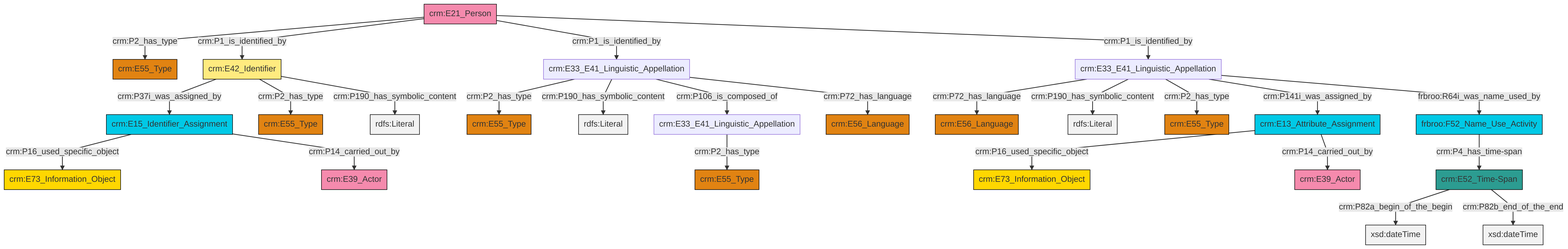
This is et/personCSV/ttl/mmd/png/Person_Names_and_Classification.png from swiss-art-research-net/docs.swissartresearch, a Mermaid export, as it was before one commit. Its source is kept beside it as et/personCSV/ttl/mmd/Person_Names_and_Classification.ttl.mmd.
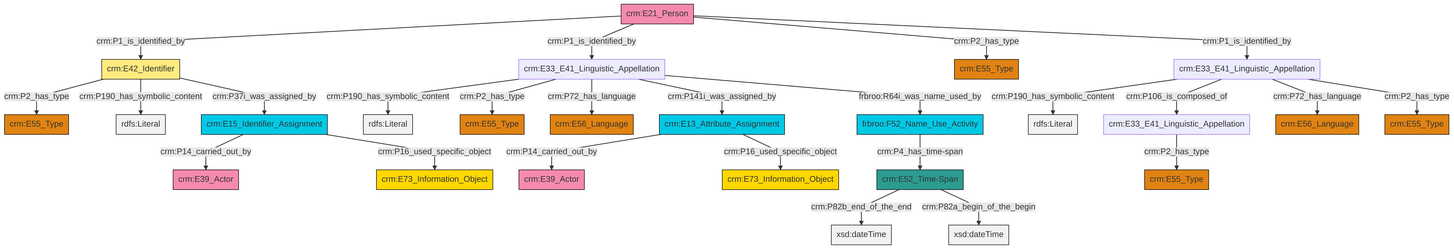
The same diagram one commit later.

What changed in the source:
```diff
@@ -13,27 +13,27 @@
 classDef PC_Classes fill:#4ce600, stroke:#000000;
 classDef Multi fill:#cccccc,stroke:#000000;
 
-2["crm:E33_E41_Linguistic_Appellation"]:::Default -->|crm:P2_has_type| 3["crm:E55_Type"]:::Type
-5["crm:E15_Identifier_Assignment"]:::Temporal_Entity -->|crm:P16_used_specific_object| 6["crm:E73_Information_Object"]:::Conceptual_Object
-7["crm:E42_Identifier"]:::Appellation -->|crm:P37i_was_assigned_by| 5["crm:E15_Identifier_Assignment"]:::Temporal_Entity
-12["frbroo:F52_Name_Use_Activity"]:::Temporal_Entity -->|crm:P4_has_time-span| 13["crm:E52_Time-Span"]:::Time-Span
-14["crm:E21_Person"]:::Actor -->|crm:P2_has_type| 15["crm:E55_Type"]:::Type
-2["crm:E33_E41_Linguistic_Appellation"]:::Default -->|crm:P190_has_symbolic_content| 16[rdfs:Literal]:::Literal
-2["crm:E33_E41_Linguistic_Appellation"]:::Default -->|crm:P106_is_composed_of| 0["crm:E33_E41_Linguistic_Appellation"]:::Default
-13["crm:E52_Time-Span"]:::Time-Span -->|crm:P82a_begin_of_the_begin| 21[xsd:dateTime]:::Literal
-22["crm:E13_Attribute_Assignment"]:::Temporal_Entity -->|crm:P16_used_specific_object| 23["crm:E73_Information_Object"]:::Conceptual_Object
-14["crm:E21_Person"]:::Actor -->|crm:P1_is_identified_by| 7["crm:E42_Identifier"]:::Appellation
-10["crm:E33_E41_Linguistic_Appellation"]:::Default -->|crm:P72_has_language| 24["crm:E56_Language"]:::Type
-7["crm:E42_Identifier"]:::Appellation -->|crm:P2_has_type| 8["crm:E55_Type"]:::Type
-0["crm:E33_E41_Linguistic_Appellation"]:::Default -->|crm:P2_has_type| 25["crm:E55_Type"]:::Type
-10["crm:E33_E41_Linguistic_Appellation"]:::Default -->|crm:P190_has_symbolic_content| 28[rdfs:Literal]:::Literal
-10["crm:E33_E41_Linguistic_Appellation"]:::Default -->|crm:P2_has_type| 31["crm:E55_Type"]:::Type
-14["crm:E21_Person"]:::Actor -->|crm:P1_is_identified_by| 2["crm:E33_E41_Linguistic_Appellation"]:::Default
-10["crm:E33_E41_Linguistic_Appellation"]:::Default -->|crm:P141i_was_assigned_by| 22["crm:E13_Attribute_Assignment"]:::Temporal_Entity
-2["crm:E33_E41_Linguistic_Appellation"]:::Default -->|crm:P72_has_language| 17["crm:E56_Language"]:::Type
-5["crm:E15_Identifier_Assignment"]:::Temporal_Entity -->|crm:P14_carried_out_by| 26["crm:E39_Actor"]:::Actor
-14["crm:E21_Person"]:::Actor -->|crm:P1_is_identified_by| 10["crm:E33_E41_Linguistic_Appellation"]:::Default
-10["crm:E33_E41_Linguistic_Appellation"]:::Default -->|frbroo:R64i_was_name_used_by| 12["frbroo:F52_Name_Use_Activity"]:::Temporal_Entity
-13["crm:E52_Time-Span"]:::Time-Span -->|crm:P82b_end_of_the_end| 38[xsd:dateTime]:::Literal
-7["crm:E42_Identifier"]:::Appellation -->|crm:P190_has_symbolic_content| 41[rdfs:Literal]:::Literal
-22["crm:E13_Attribute_Assignment"]:::Temporal_Entity -->|crm:P14_carried_out_by| 33["crm:E39_Actor"]:::Actor
+0["crm:E21_Person"]:::Actor -->|crm:P1_is_identified_by| 1["crm:E42_Identifier"]:::Appellation
+6["crm:E33_E41_Linguistic_Appellation"]:::Default -->|crm:P190_has_symbolic_content| 7[rdfs:Literal]:::Literal
+0["crm:E21_Person"]:::Actor -->|crm:P1_is_identified_by| 4["crm:E33_E41_Linguistic_Appellation"]:::Default
+6["crm:E33_E41_Linguistic_Appellation"]:::Default -->|crm:P106_is_composed_of| 13["crm:E33_E41_Linguistic_Appellation"]:::Default
+4["crm:E33_E41_Linguistic_Appellation"]:::Default -->|crm:P190_has_symbolic_content| 14[rdfs:Literal]:::Literal
+15["frbroo:F52_Name_Use_Activity"]:::Temporal_Entity -->|crm:P4_has_time-span| 16["crm:E52_Time-Span"]:::Time-Span
+1["crm:E42_Identifier"]:::Appellation -->|crm:P2_has_type| 18["crm:E55_Type"]:::Type
+6["crm:E33_E41_Linguistic_Appellation"]:::Default -->|crm:P72_has_language| 19["crm:E56_Language"]:::Type
+23["crm:E13_Attribute_Assignment"]:::Temporal_Entity -->|crm:P14_carried_out_by| 24["crm:E39_Actor"]:::Actor
+25["crm:E15_Identifier_Assignment"]:::Temporal_Entity -->|crm:P14_carried_out_by| 10["crm:E39_Actor"]:::Actor
+4["crm:E33_E41_Linguistic_Appellation"]:::Default -->|crm:P2_has_type| 30["crm:E55_Type"]:::Type
+25["crm:E15_Identifier_Assignment"]:::Temporal_Entity -->|crm:P16_used_specific_object| 2["crm:E73_Information_Object"]:::Conceptual_Object
+1["crm:E42_Identifier"]:::Appellation -->|crm:P190_has_symbolic_content| 33[rdfs:Literal]:::Literal
+1["crm:E42_Identifier"]:::Appellation -->|crm:P37i_was_assigned_by| 25["crm:E15_Identifier_Assignment"]:::Temporal_Entity
+16["crm:E52_Time-Span"]:::Time-Span -->|crm:P82b_end_of_the_end| 34[xsd:dateTime]:::Literal
+4["crm:E33_E41_Linguistic_Appellation"]:::Default -->|crm:P72_has_language| 35["crm:E56_Language"]:::Type
+4["crm:E33_E41_Linguistic_Appellation"]:::Default -->|crm:P141i_was_assigned_by| 23["crm:E13_Attribute_Assignment"]:::Temporal_Entity
+23["crm:E13_Attribute_Assignment"]:::Temporal_Entity -->|crm:P16_used_specific_object| 8["crm:E73_Information_Object"]:::Conceptual_Object
+0["crm:E21_Person"]:::Actor -->|crm:P2_has_type| 20["crm:E55_Type"]:::Type
+13["crm:E33_E41_Linguistic_Appellation"]:::Default -->|crm:P2_has_type| 26["crm:E55_Type"]:::Type
+4["crm:E33_E41_Linguistic_Appellation"]:::Default -->|frbroo:R64i_was_name_used_by| 15["frbroo:F52_Name_Use_Activity"]:::Temporal_Entity
+16["crm:E52_Time-Span"]:::Time-Span -->|crm:P82a_begin_of_the_begin| 44[xsd:dateTime]:::Literal
+6["crm:E33_E41_Linguistic_Appellation"]:::Default -->|crm:P2_has_type| 37["crm:E55_Type"]:::Type
+0["crm:E21_Person"]:::Actor -->|crm:P1_is_identified_by| 6["crm:E33_E41_Linguistic_Appellation"]:::Default
```
